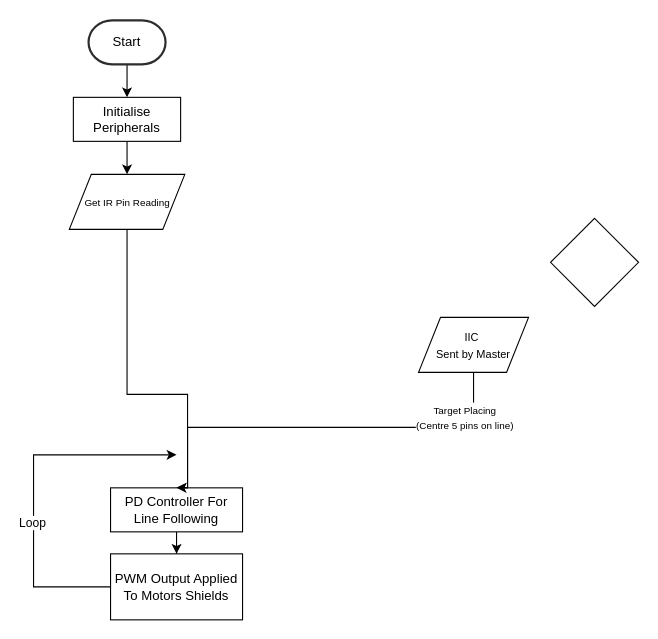
Before: Flowcharts/line_following.drawio in YanPei420/Team-14-Robot-Challenge, a draw.io diagram. Source tidied: cells renumbered, new cells numbered last; positions are measured from the earlier drawing's top-left corner, leaving out a move shared by most shapes. Both pictures are drawn from the tidied source at 110%, with x=0, y=0 at pixel (33, 20).
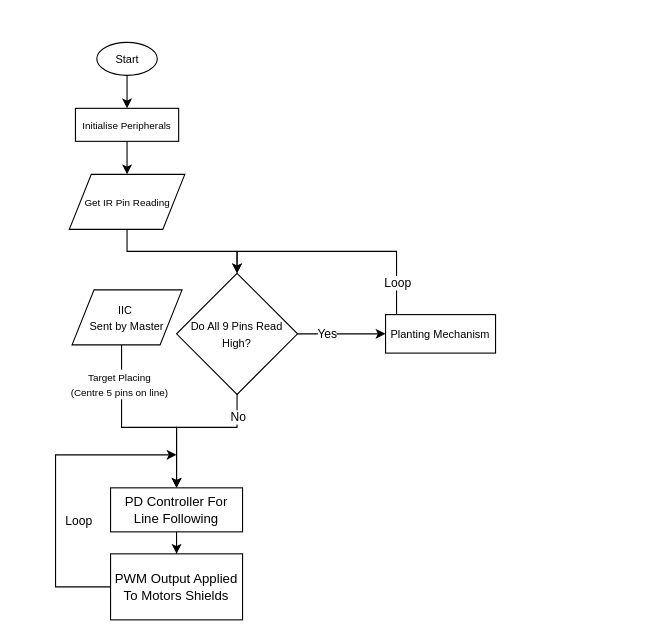
After the change.

Unchanged cells that the change refers to:
```xml
<mxCell id="7" value="&lt;font style=&quot;font-size: 9px;&quot;&gt;Get IR Pin Reading&lt;/font&gt;" style="shape=parallelogram;perimeter=parallelogramPerimeter;whiteSpace=wrap;html=1;fixedSize=1;" parent="1" vertex="1">
  <mxGeometry x="32.5" y="140" width="105" height="50" as="geometry" />
</mxCell>
<mxCell id="9" value="PD Controller For Line Following" style="rounded=0;whiteSpace=wrap;html=1;" parent="1" vertex="1">
  <mxGeometry x="70" y="425" width="120" height="40" as="geometry" />
</mxCell>
<mxCell id="15" value="PWM Output Applied To Motors Shields" style="rounded=0;whiteSpace=wrap;html=1;" parent="1" vertex="1">
  <mxGeometry x="70" y="485" width="120" height="60" as="geometry" />
</mxCell>
```

Change to the diagram source:
```diff
@@
-    <mxCell id="2" style="edgeStyle=orthogonalEdgeStyle;rounded=0;jettySize=auto;html=1;entryX=0.5;entryY=0;entryDx=0;entryDy=0;" parent="1" edge="1" source="3" target="5">
-      <mxGeometry relative="1" as="geometry" />
+    <mxCell id="2" style="edgeStyle=orthogonalEdgeStyle;rounded=0;jettySize=auto;html=1;entryX=0.5;entryY=0;entryDx=0;entryDy=0;" parent="1" edge="1" target="5">
+      <mxGeometry relative="1" as="geometry">
+        <mxPoint x="85" y="80" as="sourcePoint" />
+      </mxGeometry>
     </mxCell>
-    <mxCell id="3" value="Start" style="strokeWidth=2;html=1;shape=mxgraph.flowchart.terminator;whiteSpace=wrap;strokeColor=#2D2D2D;" parent="1" vertex="1">
-      <mxGeometry x="50" width="70" height="40" as="geometry" />
-    </mxCell>
@@
-    <mxCell id="5" value="Initialise Peripherals" style="rounded=0;whiteSpace=wrap;html=1;" parent="1" vertex="1">
-      <mxGeometry x="36.2" y="70" width="97.5" height="40" as="geometry" />
+    <mxCell id="5" value="&lt;font style=&quot;font-size: 9px;&quot;&gt;Initialise Peripherals&lt;/font&gt;" style="rounded=0;whiteSpace=wrap;html=1;" parent="1" vertex="1">
+      <mxGeometry x="38.1" y="80" width="93.8" height="30" as="geometry" />
     </mxCell>
-    <mxCell id="6" style="edgeStyle=orthogonalEdgeStyle;rounded=0;jettySize=auto;html=1;entryX=0.5;entryY=0;entryDx=0;entryDy=0;" parent="1" edge="1" source="7" target="9">
-      <mxGeometry relative="1" as="geometry">
-        <Array as="points">
-          <mxPoint x="85" y="340" />
-          <mxPoint x="140" y="340" />
-          <mxPoint x="140" y="425" />
-        </Array>
-      </mxGeometry>
-    </mxCell>
@@
     <mxCell id="10" style="edgeStyle=orthogonalEdgeStyle;rounded=0;jettySize=auto;html=1;entryX=0.5;entryY=0;entryDx=0;entryDy=0;" parent="1" edge="1" source="12" target="9">
       <mxGeometry relative="1" as="geometry">
         <Array as="points">
-          <mxPoint x="400" y="370" />
-          <mxPoint x="140" y="370" />
-          <mxPoint x="140" y="425" />
+          <mxPoint x="80" y="370" />
+          <mxPoint x="130" y="370" />
         </Array>
       </mxGeometry>
     </mxCell>
     <mxCell id="11" value="&lt;font style=&quot;font-size: 9px;&quot;&gt;Target Placing&lt;/font&gt;&lt;div&gt;&lt;font style=&quot;font-size: 9px;&quot;&gt;(Centre 5 pins on line)&lt;/font&gt;&lt;/div&gt;" style="edgeLabel;html=1;align=center;verticalAlign=middle;" parent="10" vertex="1">
       <mxGeometry x="-0.7" relative="1" as="geometry">
-        <mxPoint x="-3" y="-10" as="offset" />
+        <mxPoint x="-3" y="8" as="offset" />
       </mxGeometry>
     </mxCell>
     <mxCell id="12" value="&lt;font style=&quot;font-size: 10px;&quot;&gt;IIC&amp;nbsp;&lt;/font&gt;&lt;div&gt;&lt;font style=&quot;font-size: 10px;&quot;&gt;Sent by Master&lt;/font&gt;&lt;/div&gt;" style="shape=parallelogram;perimeter=parallelogramPerimeter;whiteSpace=wrap;html=1;fixedSize=1;" parent="1" vertex="1">
-      <mxGeometry x="350" y="270" width="100" height="50" as="geometry" />
+      <mxGeometry x="35" y="245" width="100" height="50" as="geometry" />
     </mxCell>
     <mxCell id="13" style="edgeStyle=orthogonalEdgeStyle;rounded=0;jettySize=auto;html=1;" parent="1" edge="1" source="15">
       <mxGeometry relative="1" as="geometry">
         <mxPoint x="130" y="395" as="targetPoint" />
         <Array as="points">
-          <mxPoint y="515" />
-          <mxPoint y="395" />
+          <mxPoint x="20" y="515" />
+          <mxPoint x="20" y="395" />
         </Array>
       </mxGeometry>
     </mxCell>
     <mxCell id="14" value="Loop" style="edgeLabel;html=1;align=center;verticalAlign=middle;" parent="13" vertex="1">
       <mxGeometry x="-0.06" y="2" relative="1" as="geometry">
-        <mxPoint y="21" as="offset" />
+        <mxPoint x="22" y="21" as="offset" />
       </mxGeometry>
     </mxCell>
@@
+    <mxCell id="17" style="edgeStyle=orthogonalEdgeStyle;rounded=0;jettySize=auto;html=1;entryX=0.5;entryY=0;entryDx=0;entryDy=0;" parent="1" edge="1" source="7" target="16">
+      <mxGeometry relative="1" as="geometry" />
+    </mxCell>
+    <mxCell id="18" style="edgeStyle=orthogonalEdgeStyle;rounded=0;jettySize=auto;html=1;exitX=0.517;exitY=0.945;exitDx=0;exitDy=0;exitPerimeter=0;" parent="1" edge="1" source="16" target="9">
+      <mxGeometry relative="1" as="geometry">
+        <Array as="points">
+          <mxPoint x="185" y="315" />
+          <mxPoint x="185" y="370" />
+          <mxPoint x="130" y="370" />
+        </Array>
+      </mxGeometry>
+    </mxCell>
+    <mxCell id="19" value="No" style="edgeLabel;html=1;align=center;verticalAlign=middle;" parent="18" vertex="1">
+      <mxGeometry x="-0.71" y="-1" relative="1" as="geometry">
+        <mxPoint x="1" y="39" as="offset" />
+      </mxGeometry>
+    </mxCell>
+    <mxCell id="20" style="edgeStyle=orthogonalEdgeStyle;rounded=0;jettySize=auto;html=1;entryX=0;entryY=0.5;entryDx=0;entryDy=0;" parent="1" edge="1" source="16" target="24">
+      <mxGeometry relative="1" as="geometry" />
+    </mxCell>
+    <mxCell id="21" value="Yes" style="edgeLabel;html=1;align=center;verticalAlign=middle;" parent="20" vertex="1">
+      <mxGeometry x="-0.34" y="1" relative="1" as="geometry" />
+    </mxCell>
-    <mxCell id="16" style="rhombus;whiteSpace=wrap;html=1;" parent="1" vertex="1">
-      <mxGeometry x="470" y="180" width="80" height="80" as="geometry" />
+    <mxCell id="16" value="&lt;font style=&quot;font-size: 10px;&quot;&gt;Do All 9 Pins Read High?&lt;/font&gt;" style="rhombus;whiteSpace=wrap;html=1;" parent="1" vertex="1">
+      <mxGeometry x="130" y="230" width="110" height="110" as="geometry" />
     </mxCell>
+    <mxCell id="22" style="edgeStyle=orthogonalEdgeStyle;rounded=0;jettySize=auto;html=1;curved=0;entryX=0.5;entryY=0;entryDx=0;entryDy=0;" parent="1" edge="1" source="24" target="16">
+      <mxGeometry relative="1" as="geometry">
+        <Array as="points">
+          <mxPoint x="330" y="210" />
+          <mxPoint x="185" y="210" />
+        </Array>
+      </mxGeometry>
+    </mxCell>
+    <mxCell id="23" value="Loop" style="edgeLabel;html=1;align=center;verticalAlign=middle;" parent="22" vertex="1">
+      <mxGeometry x="-0.74" relative="1" as="geometry" />
+    </mxCell>
+    <mxCell id="24" value="&lt;font style=&quot;font-size: 10px;&quot;&gt;Planting Mechanism&lt;/font&gt;" style="rounded=0;whiteSpace=wrap;html=1;" parent="1" vertex="1">
+      <mxGeometry x="320" y="267.5" width="100" height="35" as="geometry" />
+    </mxCell>
+    <mxCell id="25" style="edgeStyle=orthogonalEdgeStyle;rounded=0;jettySize=auto;html=1;entryX=0.5;entryY=0;entryDx=0;entryDy=0;" parent="1" edge="1" source="3" target="5">
+      <mxGeometry relative="1" as="geometry" />
+    </mxCell>
+    <mxCell id="3" value="&lt;font style=&quot;font-size: 10px;&quot;&gt;Start&lt;/font&gt;" style="ellipse;whiteSpace=wrap;html=1;" parent="1" vertex="1">
+      <mxGeometry x="57.5" y="20" width="55" height="30" as="geometry" />
+    </mxCell>
```
